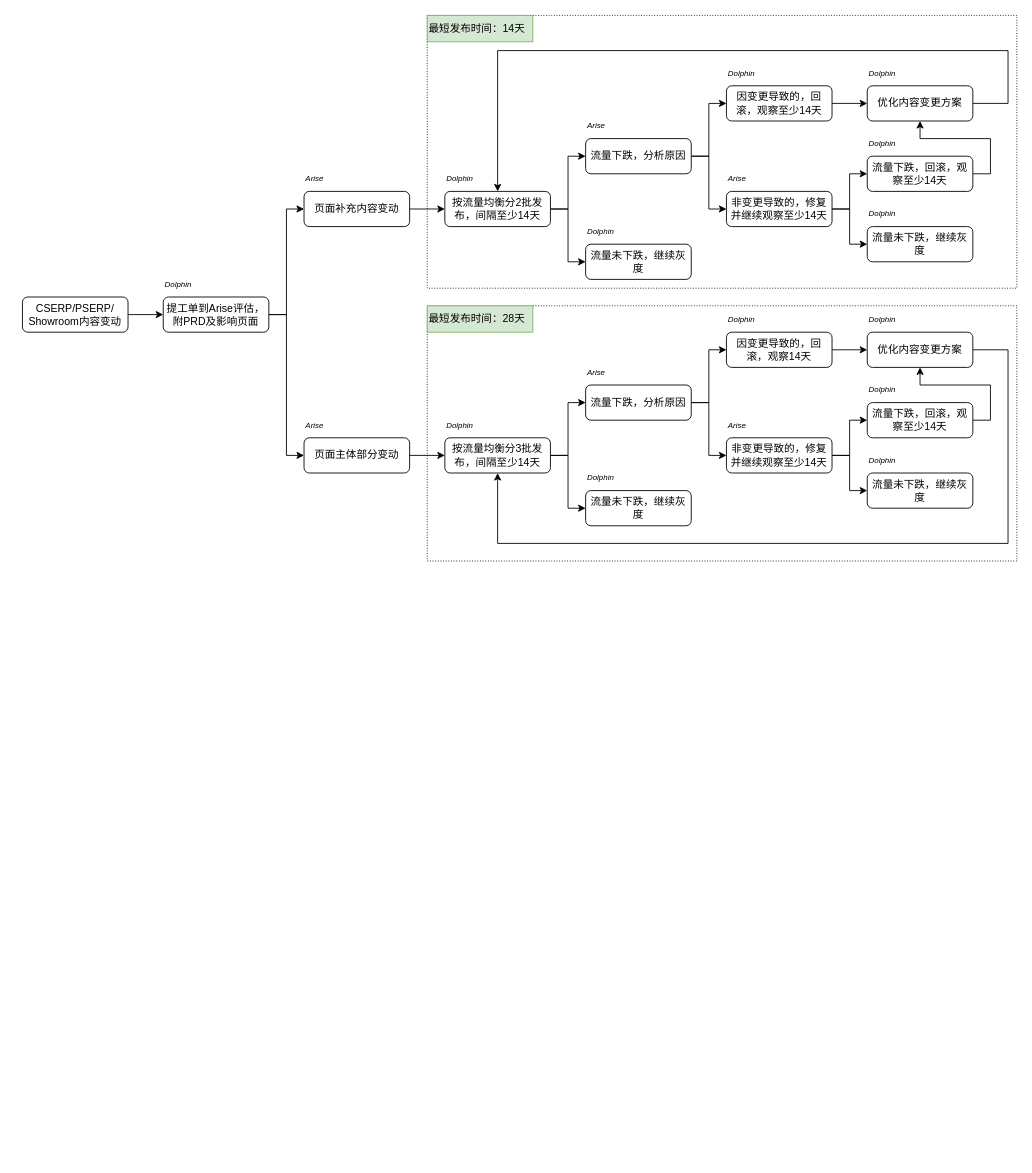
Before: drawio/页面变动灰度方案.drawio in VisableHarry/seo-drawio, a draw.io diagram. Source tidied: cells renumbered, new cells numbered last; positions are measured from the earlier drawing's top-left corner, leaving out a move shared by most shapes. Both pictures are drawn from the tidied source at 88%, with x=0, y=0 at pixel (22, 15).
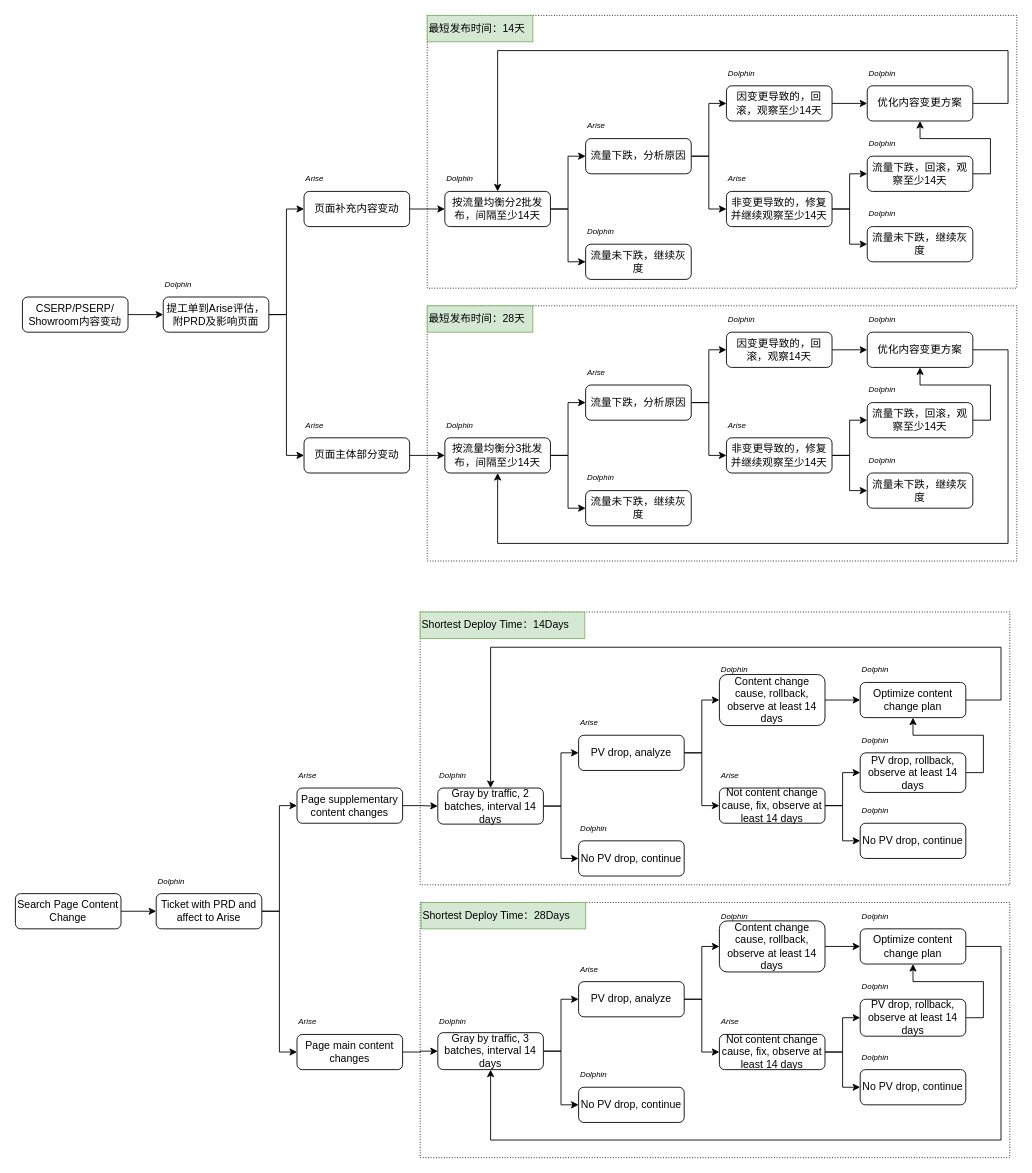
The same diagram, later.

Commit message:
更新页面变动灰度方案.drawio

Change to the diagram source:
```diff
@@
+    <mxCell id="68" style="rounded=0;whiteSpace=wrap;html=1;fillColor=none;dashed=1;dashPattern=1 2;" parent="1" vertex="1">
+      <mxGeometry x="452" y="1008" width="670" height="290" as="geometry" />
+    </mxCell>
+    <mxCell id="69" style="rounded=0;whiteSpace=wrap;html=1;fillColor=none;dashed=1;dashPattern=1 2;" parent="1" vertex="1">
+      <mxGeometry x="452" y="678" width="670" height="310" as="geometry" />
+    </mxCell>
+    <mxCell id="70" style="edgeStyle=orthogonalEdgeStyle;rounded=0;jettySize=auto;html=1;exitX=1;exitY=0.5;exitDx=0;exitDy=0;entryX=0;entryY=0.5;entryDx=0;entryDy=0;" parent="1" edge="1" source="71" target="74">
+      <mxGeometry relative="1" as="geometry" />
+    </mxCell>
+    <mxCell id="71" value="Search Page Content Change" style="rounded=1;whiteSpace=wrap;html=1;" parent="1" vertex="1">
+      <mxGeometry x="-8" y="998" width="120" height="40" as="geometry" />
+    </mxCell>
+    <mxCell id="72" style="edgeStyle=orthogonalEdgeStyle;rounded=0;jettySize=auto;html=1;exitX=1;exitY=0.5;exitDx=0;exitDy=0;entryX=0;entryY=0.5;entryDx=0;entryDy=0;" parent="1" edge="1" source="74" target="76">
+      <mxGeometry relative="1" as="geometry" />
+    </mxCell>
+    <mxCell id="73" style="edgeStyle=orthogonalEdgeStyle;rounded=0;jettySize=auto;html=1;exitX=1;exitY=0.5;exitDx=0;exitDy=0;entryX=0;entryY=0.5;entryDx=0;entryDy=0;" parent="1" edge="1" source="74" target="78">
+      <mxGeometry relative="1" as="geometry" />
+    </mxCell>
+    <mxCell id="74" value="Ticket with PRD and affect to Arise" style="rounded=1;whiteSpace=wrap;html=1;" parent="1" vertex="1">
+      <mxGeometry x="152" y="998" width="120" height="40" as="geometry" />
+    </mxCell>
+    <mxCell id="75" style="edgeStyle=orthogonalEdgeStyle;rounded=0;jettySize=auto;html=1;exitX=1;exitY=0.5;exitDx=0;exitDy=0;entryX=0;entryY=0.5;entryDx=0;entryDy=0;" parent="1" edge="1" source="76" target="81">
+      <mxGeometry relative="1" as="geometry" />
+    </mxCell>
+    <mxCell id="76" value="Page supplementary content changes" style="rounded=1;whiteSpace=wrap;html=1;" parent="1" vertex="1">
+      <mxGeometry x="312" y="878" width="120" height="40" as="geometry" />
+    </mxCell>
+    <mxCell id="77" style="edgeStyle=orthogonalEdgeStyle;rounded=0;jettySize=auto;html=1;exitX=1;exitY=0.5;exitDx=0;exitDy=0;entryX=0;entryY=0.5;entryDx=0;entryDy=0;" parent="1" edge="1" source="78" target="92">
+      <mxGeometry relative="1" as="geometry" />
+    </mxCell>
+    <mxCell id="78" value="Page main content changes" style="rounded=1;whiteSpace=wrap;html=1;" parent="1" vertex="1">
+      <mxGeometry x="312" y="1158" width="120" height="40" as="geometry" />
+    </mxCell>
+    <mxCell id="79" style="edgeStyle=orthogonalEdgeStyle;rounded=0;jettySize=auto;html=1;exitX=1;exitY=0.5;exitDx=0;exitDy=0;entryX=0;entryY=0.5;entryDx=0;entryDy=0;" parent="1" edge="1" source="81" target="84">
+      <mxGeometry relative="1" as="geometry" />
+    </mxCell>
+    <mxCell id="80" style="edgeStyle=orthogonalEdgeStyle;rounded=0;jettySize=auto;html=1;exitX=1;exitY=0.5;exitDx=0;exitDy=0;entryX=0;entryY=0.5;entryDx=0;entryDy=0;" parent="1" edge="1" source="81" target="85">
+      <mxGeometry relative="1" as="geometry" />
+    </mxCell>
+    <mxCell id="81" value="Gray by traffic, 2 batches, interval 14 days" style="rounded=1;whiteSpace=wrap;html=1;" parent="1" vertex="1">
+      <mxGeometry x="472" y="878" width="120" height="41" as="geometry" />
+    </mxCell>
+    <mxCell id="82" style="edgeStyle=orthogonalEdgeStyle;rounded=0;jettySize=auto;html=1;exitX=1;exitY=0.5;exitDx=0;exitDy=0;entryX=0;entryY=0.5;entryDx=0;entryDy=0;" parent="1" edge="1" source="84" target="87">
+      <mxGeometry relative="1" as="geometry" />
+    </mxCell>
+    <mxCell id="83" style="edgeStyle=orthogonalEdgeStyle;rounded=0;jettySize=auto;html=1;exitX=1;exitY=0.5;exitDx=0;exitDy=0;entryX=0;entryY=0.5;entryDx=0;entryDy=0;" parent="1" edge="1" source="84" target="103">
+      <mxGeometry relative="1" as="geometry" />
+    </mxCell>
+    <mxCell id="84" value="PV drop, analyze" style="rounded=1;whiteSpace=wrap;html=1;" parent="1" vertex="1">
+      <mxGeometry x="632" y="818" width="120" height="40" as="geometry" />
+    </mxCell>
+    <mxCell id="85" value="No PV drop, continue" style="rounded=1;whiteSpace=wrap;html=1;" parent="1" vertex="1">
+      <mxGeometry x="632" y="938" width="120" height="40" as="geometry" />
+    </mxCell>
+    <mxCell id="86" style="edgeStyle=orthogonalEdgeStyle;rounded=0;jettySize=auto;html=1;exitX=1;exitY=0.5;exitDx=0;exitDy=0;entryX=0;entryY=0.5;entryDx=0;entryDy=0;" parent="1" edge="1" source="87" target="89">
+      <mxGeometry relative="1" as="geometry" />
+    </mxCell>
+    <mxCell id="87" value="Content change cause, rollback, observe at least 14 days" style="rounded=1;whiteSpace=wrap;html=1;" parent="1" vertex="1">
+      <mxGeometry x="792" y="749" width="120" height="58" as="geometry" />
+    </mxCell>
+    <mxCell id="88" style="edgeStyle=orthogonalEdgeStyle;rounded=0;jettySize=auto;html=1;exitX=1;exitY=0.5;exitDx=0;exitDy=0;entryX=0.5;entryY=0;entryDx=0;entryDy=0;" parent="1" edge="1" source="89" target="81">
+      <mxGeometry relative="1" as="geometry">
+        <Array as="points">
+          <mxPoint x="1112" y="778" />
+          <mxPoint x="1112" y="718" />
+          <mxPoint x="532" y="718" />
+        </Array>
+      </mxGeometry>
+    </mxCell>
+    <mxCell id="89" value="Optimize content change plan" style="rounded=1;whiteSpace=wrap;html=1;" parent="1" vertex="1">
+      <mxGeometry x="952" y="758" width="120" height="40" as="geometry" />
+    </mxCell>
+    <mxCell id="90" style="edgeStyle=orthogonalEdgeStyle;rounded=0;jettySize=auto;html=1;exitX=1;exitY=0.5;exitDx=0;exitDy=0;entryX=0;entryY=0.5;entryDx=0;entryDy=0;" parent="1" edge="1" source="92" target="95">
+      <mxGeometry relative="1" as="geometry" />
+    </mxCell>
+    <mxCell id="91" style="edgeStyle=orthogonalEdgeStyle;rounded=0;jettySize=auto;html=1;exitX=1;exitY=0.5;exitDx=0;exitDy=0;entryX=0;entryY=0.5;entryDx=0;entryDy=0;" parent="1" edge="1" source="92" target="96">
+      <mxGeometry relative="1" as="geometry" />
+    </mxCell>
+    <mxCell id="92" value="Gray by traffic, 3 batches, interval 14 days" style="rounded=1;whiteSpace=wrap;html=1;" parent="1" vertex="1">
+      <mxGeometry x="472" y="1156" width="120" height="42" as="geometry" />
+    </mxCell>
+    <mxCell id="93" style="edgeStyle=orthogonalEdgeStyle;rounded=0;jettySize=auto;html=1;exitX=1;exitY=0.5;exitDx=0;exitDy=0;entryX=0;entryY=0.5;entryDx=0;entryDy=0;" parent="1" edge="1" source="95" target="98">
+      <mxGeometry relative="1" as="geometry" />
+    </mxCell>
+    <mxCell id="94" style="edgeStyle=orthogonalEdgeStyle;rounded=0;jettySize=auto;html=1;exitX=1;exitY=0.5;exitDx=0;exitDy=0;entryX=0;entryY=0.5;entryDx=0;entryDy=0;" parent="1" edge="1" source="95" target="106">
+      <mxGeometry relative="1" as="geometry" />
+    </mxCell>
+    <mxCell id="95" value="PV drop, analyze" style="rounded=1;whiteSpace=wrap;html=1;" parent="1" vertex="1">
+      <mxGeometry x="632" y="1098" width="120" height="40" as="geometry" />
+    </mxCell>
+    <mxCell id="96" value="No PV drop, continue" style="rounded=1;whiteSpace=wrap;html=1;" parent="1" vertex="1">
+      <mxGeometry x="632" y="1218" width="120" height="40" as="geometry" />
+    </mxCell>
+    <mxCell id="97" style="edgeStyle=orthogonalEdgeStyle;rounded=0;jettySize=auto;html=1;exitX=1;exitY=0.5;exitDx=0;exitDy=0;entryX=0;entryY=0.5;entryDx=0;entryDy=0;" parent="1" edge="1" source="98" target="100">
+      <mxGeometry relative="1" as="geometry" />
+    </mxCell>
+    <mxCell id="98" value="Content change cause, rollback, observe at least 14 days" style="rounded=1;whiteSpace=wrap;html=1;" parent="1" vertex="1">
+      <mxGeometry x="792" y="1029" width="120" height="58" as="geometry" />
+    </mxCell>
+    <mxCell id="99" style="edgeStyle=orthogonalEdgeStyle;rounded=0;jettySize=auto;html=1;exitX=1;exitY=0.5;exitDx=0;exitDy=0;entryX=0.5;entryY=1;entryDx=0;entryDy=0;" parent="1" edge="1" source="100" target="92">
+      <mxGeometry relative="1" as="geometry">
+        <Array as="points">
+          <mxPoint x="1112" y="1058" />
+          <mxPoint x="1112" y="1278" />
+          <mxPoint x="532" y="1278" />
+        </Array>
+      </mxGeometry>
+    </mxCell>
+    <mxCell id="100" value="Optimize content change plan" style="rounded=1;whiteSpace=wrap;html=1;" parent="1" vertex="1">
+      <mxGeometry x="952" y="1038" width="120" height="40" as="geometry" />
+    </mxCell>
+    <mxCell id="101" style="edgeStyle=orthogonalEdgeStyle;rounded=0;jettySize=auto;html=1;exitX=1;exitY=0.5;exitDx=0;exitDy=0;entryX=0;entryY=0.5;entryDx=0;entryDy=0;" parent="1" edge="1" source="103" target="108">
+      <mxGeometry relative="1" as="geometry" />
+    </mxCell>
+    <mxCell id="102" style="edgeStyle=orthogonalEdgeStyle;rounded=0;jettySize=auto;html=1;exitX=1;exitY=0.5;exitDx=0;exitDy=0;entryX=0;entryY=0.5;entryDx=0;entryDy=0;" parent="1" edge="1" source="103" target="109">
+      <mxGeometry relative="1" as="geometry" />
+    </mxCell>
+    <mxCell id="103" value="Not content change cause, fix, observe at least 14 days" style="rounded=1;whiteSpace=wrap;html=1;" parent="1" vertex="1">
+      <mxGeometry x="792" y="878" width="120" height="40" as="geometry" />
+    </mxCell>
+    <mxCell id="104" style="edgeStyle=orthogonalEdgeStyle;rounded=0;jettySize=auto;html=1;exitX=1;exitY=0.5;exitDx=0;exitDy=0;entryX=0;entryY=0.5;entryDx=0;entryDy=0;" parent="1" edge="1" source="106" target="111">
+      <mxGeometry relative="1" as="geometry" />
+    </mxCell>
+    <mxCell id="105" style="edgeStyle=orthogonalEdgeStyle;rounded=0;jettySize=auto;html=1;exitX=1;exitY=0.5;exitDx=0;exitDy=0;entryX=0;entryY=0.5;entryDx=0;entryDy=0;" parent="1" edge="1" source="106" target="112">
+      <mxGeometry relative="1" as="geometry" />
+    </mxCell>
+    <mxCell id="106" value="Not content change cause, fix, observe at least 14 days" style="rounded=1;whiteSpace=wrap;html=1;" parent="1" vertex="1">
+      <mxGeometry x="792" y="1158" width="120" height="40" as="geometry" />
+    </mxCell>
+    <mxCell id="107" style="edgeStyle=orthogonalEdgeStyle;rounded=0;jettySize=auto;html=1;exitX=1;exitY=0.5;exitDx=0;exitDy=0;entryX=0.5;entryY=1;entryDx=0;entryDy=0;" parent="1" edge="1" source="108" target="89">
+      <mxGeometry relative="1" as="geometry" />
+    </mxCell>
+    <mxCell id="108" value="PV drop, rollback, observe at least 14 days" style="rounded=1;whiteSpace=wrap;html=1;" parent="1" vertex="1">
+      <mxGeometry x="952" y="838" width="120" height="45" as="geometry" />
+    </mxCell>
+    <mxCell id="109" value="No PV drop, continue" style="rounded=1;whiteSpace=wrap;html=1;" parent="1" vertex="1">
+      <mxGeometry x="952" y="918" width="120" height="40" as="geometry" />
+    </mxCell>
+    <mxCell id="110" style="edgeStyle=orthogonalEdgeStyle;rounded=0;jettySize=auto;html=1;exitX=1;exitY=0.5;exitDx=0;exitDy=0;entryX=0.5;entryY=1;entryDx=0;entryDy=0;" parent="1" edge="1" source="111" target="100">
+      <mxGeometry relative="1" as="geometry" />
+    </mxCell>
+    <mxCell id="111" value="PV drop, rollback, observe at least 14 days" style="rounded=1;whiteSpace=wrap;html=1;" parent="1" vertex="1">
+      <mxGeometry x="952" y="1118" width="120" height="42" as="geometry" />
+    </mxCell>
+    <mxCell id="112" value="No PV drop, continue" style="rounded=1;whiteSpace=wrap;html=1;" parent="1" vertex="1">
+      <mxGeometry x="952" y="1198" width="120" height="40" as="geometry" />
+    </mxCell>
+    <mxCell id="113" value="&lt;font style=&quot;font-size: 9px;&quot;&gt;&lt;i&gt;Dolphin&lt;/i&gt;&lt;/font&gt;" style="text;html=1;align=left;verticalAlign=middle;whiteSpace=wrap;rounded=0;" parent="1" vertex="1">
+      <mxGeometry x="152" y="968" width="40" height="30" as="geometry" />
+    </mxCell>
+    <mxCell id="114" value="&lt;font style=&quot;font-size: 9px;&quot;&gt;&lt;i&gt;Arise&lt;/i&gt;&lt;/font&gt;" style="text;html=1;align=left;verticalAlign=middle;whiteSpace=wrap;rounded=0;" parent="1" vertex="1">
+      <mxGeometry x="312" y="848" width="40" height="30" as="geometry" />
+    </mxCell>
+    <mxCell id="115" value="&lt;font style=&quot;font-size: 9px;&quot;&gt;&lt;i&gt;Arise&lt;/i&gt;&lt;/font&gt;" style="text;html=1;align=left;verticalAlign=middle;whiteSpace=wrap;rounded=0;" parent="1" vertex="1">
+      <mxGeometry x="312" y="1128" width="40" height="30" as="geometry" />
+    </mxCell>
+    <mxCell id="116" value="&lt;font style=&quot;font-size: 9px;&quot;&gt;&lt;i&gt;Dolphin&lt;/i&gt;&lt;/font&gt;" style="text;html=1;align=left;verticalAlign=middle;whiteSpace=wrap;rounded=0;" parent="1" vertex="1">
+      <mxGeometry x="472" y="848" width="40" height="30" as="geometry" />
+    </mxCell>
+    <mxCell id="117" value="&lt;font style=&quot;font-size: 9px;&quot;&gt;&lt;i&gt;Dolphin&lt;/i&gt;&lt;/font&gt;" style="text;html=1;align=left;verticalAlign=middle;whiteSpace=wrap;rounded=0;" parent="1" vertex="1">
+      <mxGeometry x="472" y="1128" width="40" height="30" as="geometry" />
+    </mxCell>
+    <mxCell id="118" value="&lt;font style=&quot;font-size: 9px;&quot;&gt;&lt;i&gt;Arise&lt;/i&gt;&lt;/font&gt;" style="text;html=1;align=left;verticalAlign=middle;whiteSpace=wrap;rounded=0;" parent="1" vertex="1">
+      <mxGeometry x="632" y="788" width="40" height="30" as="geometry" />
+    </mxCell>
+    <mxCell id="119" value="&lt;font style=&quot;font-size: 9px;&quot;&gt;&lt;i&gt;Arise&lt;/i&gt;&lt;/font&gt;" style="text;html=1;align=left;verticalAlign=middle;whiteSpace=wrap;rounded=0;" parent="1" vertex="1">
+      <mxGeometry x="632" y="1068" width="40" height="30" as="geometry" />
+    </mxCell>
+    <mxCell id="120" value="&lt;font style=&quot;font-size: 9px;&quot;&gt;&lt;i&gt;Dolphin&lt;/i&gt;&lt;/font&gt;" style="text;html=1;align=left;verticalAlign=middle;whiteSpace=wrap;rounded=0;" parent="1" vertex="1">
+      <mxGeometry x="632" y="908" width="40" height="30" as="geometry" />
+    </mxCell>
+    <mxCell id="121" value="&lt;font style=&quot;font-size: 9px;&quot;&gt;&lt;i&gt;Dolphin&lt;/i&gt;&lt;/font&gt;" style="text;html=1;align=left;verticalAlign=middle;whiteSpace=wrap;rounded=0;" parent="1" vertex="1">
+      <mxGeometry x="632" y="1188" width="40" height="30" as="geometry" />
+    </mxCell>
+    <mxCell id="122" value="&lt;font style=&quot;font-size: 9px;&quot;&gt;&lt;i&gt;Arise&lt;/i&gt;&lt;/font&gt;" style="text;html=1;align=left;verticalAlign=middle;whiteSpace=wrap;rounded=0;" parent="1" vertex="1">
+      <mxGeometry x="792" y="848" width="40" height="30" as="geometry" />
+    </mxCell>
+    <mxCell id="123" value="&lt;font style=&quot;font-size: 9px;&quot;&gt;&lt;i&gt;Arise&lt;/i&gt;&lt;/font&gt;" style="text;html=1;align=left;verticalAlign=middle;whiteSpace=wrap;rounded=0;" parent="1" vertex="1">
+      <mxGeometry x="792" y="1128" width="40" height="30" as="geometry" />
+    </mxCell>
+    <mxCell id="124" value="&lt;font style=&quot;font-size: 9px;&quot;&gt;&lt;i&gt;Dolphin&lt;/i&gt;&lt;/font&gt;" style="text;html=1;align=left;verticalAlign=middle;whiteSpace=wrap;rounded=0;" parent="1" vertex="1">
+      <mxGeometry x="792" y="728" width="40" height="30" as="geometry" />
+    </mxCell>
+    <mxCell id="125" value="&lt;font style=&quot;font-size: 9px;&quot;&gt;&lt;i&gt;Dolphin&lt;/i&gt;&lt;/font&gt;" style="text;html=1;align=left;verticalAlign=middle;whiteSpace=wrap;rounded=0;" parent="1" vertex="1">
+      <mxGeometry x="952" y="728" width="40" height="30" as="geometry" />
+    </mxCell>
+    <mxCell id="126" value="&lt;font style=&quot;font-size: 9px;&quot;&gt;&lt;i&gt;Dolphin&lt;/i&gt;&lt;/font&gt;" style="text;html=1;align=left;verticalAlign=middle;whiteSpace=wrap;rounded=0;" parent="1" vertex="1">
+      <mxGeometry x="952" y="808" width="40" height="30" as="geometry" />
+    </mxCell>
+    <mxCell id="127" value="&lt;font style=&quot;font-size: 9px;&quot;&gt;&lt;i&gt;Dolphin&lt;/i&gt;&lt;/font&gt;" style="text;html=1;align=left;verticalAlign=middle;whiteSpace=wrap;rounded=0;" parent="1" vertex="1">
+      <mxGeometry x="952" y="888" width="40" height="30" as="geometry" />
+    </mxCell>
+    <mxCell id="128" value="&lt;font style=&quot;font-size: 9px;&quot;&gt;&lt;i&gt;Dolphin&lt;/i&gt;&lt;/font&gt;" style="text;html=1;align=left;verticalAlign=middle;whiteSpace=wrap;rounded=0;" parent="1" vertex="1">
+      <mxGeometry x="952" y="1008" width="40" height="30" as="geometry" />
+    </mxCell>
+    <mxCell id="129" value="&lt;font style=&quot;font-size: 9px;&quot;&gt;&lt;i&gt;Dolphin&lt;/i&gt;&lt;/font&gt;" style="text;html=1;align=left;verticalAlign=middle;whiteSpace=wrap;rounded=0;" parent="1" vertex="1">
+      <mxGeometry x="952" y="1088" width="40" height="30" as="geometry" />
+    </mxCell>
+    <mxCell id="130" value="&lt;font style=&quot;font-size: 9px;&quot;&gt;&lt;i&gt;Dolphin&lt;/i&gt;&lt;/font&gt;" style="text;html=1;align=left;verticalAlign=middle;whiteSpace=wrap;rounded=0;" parent="1" vertex="1">
+      <mxGeometry x="952" y="1168" width="40" height="30" as="geometry" />
+    </mxCell>
+    <mxCell id="131" value="&lt;font style=&quot;font-size: 9px;&quot;&gt;&lt;i&gt;Dolphin&lt;/i&gt;&lt;/font&gt;" style="text;html=1;align=left;verticalAlign=middle;whiteSpace=wrap;rounded=0;" parent="1" vertex="1">
+      <mxGeometry x="792" y="1008" width="40" height="30" as="geometry" />
+    </mxCell>
+    <mxCell id="132" value="Shortest Deploy Time：14Days" style="text;html=1;align=left;verticalAlign=middle;whiteSpace=wrap;rounded=0;fillColor=#d5e8d4;strokeColor=#82b366;" parent="1" vertex="1">
+      <mxGeometry x="452" y="678" width="187" height="30" as="geometry" />
+    </mxCell>
+    <mxCell id="133" value="Shortest Deploy Time：28Days" style="text;html=1;align=left;verticalAlign=middle;whiteSpace=wrap;rounded=0;fillColor=#d5e8d4;strokeColor=#82b366;" parent="1" vertex="1">
+      <mxGeometry x="453" y="1008" width="187" height="30" as="geometry" />
+    </mxCell>
```
